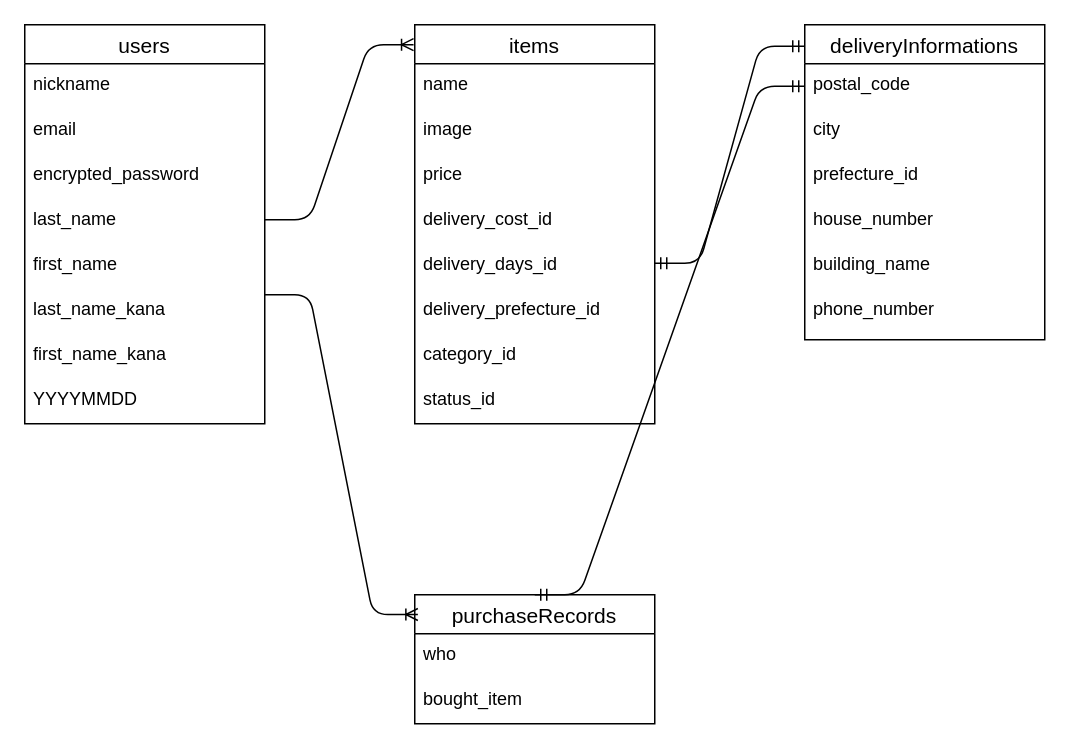
The draw.io diagram er.dio in Roohit2/furima-39013, before the edit. Source tidied: cells renumbered, new cells numbered last; positions are measured from the earlier drawing's top-left corner, leaving out a move shared by most shapes. Both pictures are drawn from the tidied source at 150%, with x=0, y=0 at pixel (24, 24).
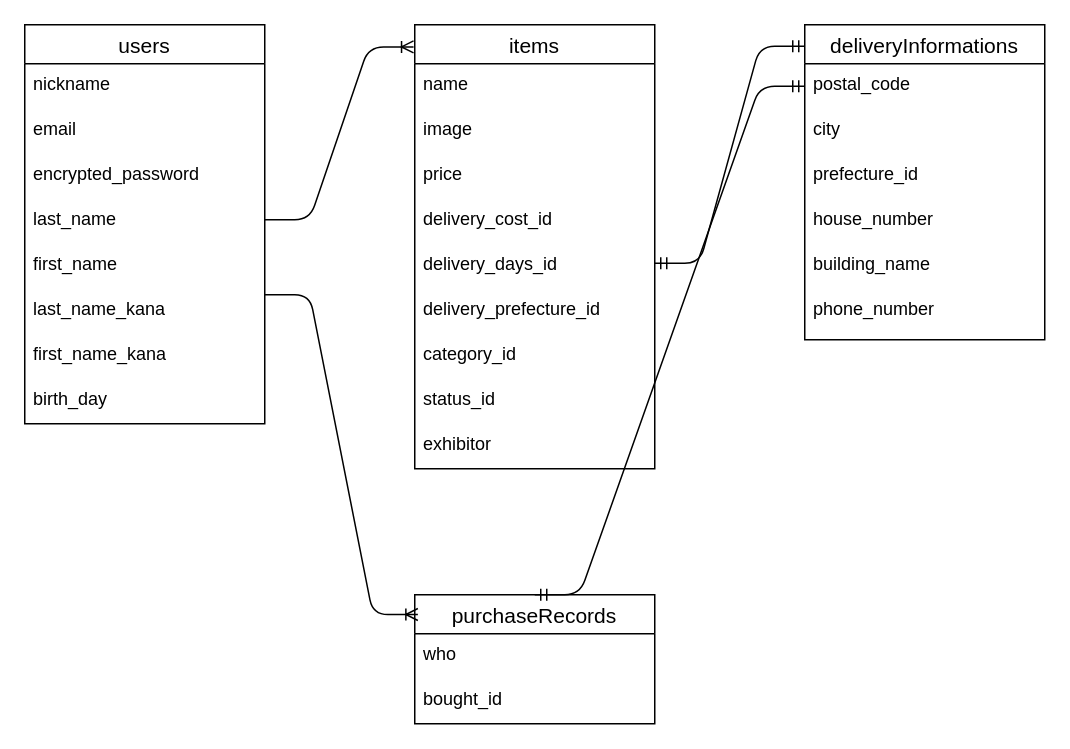
The same diagram, later.

The change refers to these unchanged cells:
```xml
<mxCell id="2" value="users" style="swimlane;fontStyle=0;horizontal=1;startSize=26;align=center;fontSize=14;" parent="1" vertex="1">
  <mxGeometry width="160" height="266" as="geometry" />
</mxCell>
<mxCell id="20" value="purchaseRecords" style="swimlane;fontStyle=0;horizontal=1;startSize=26;align=center;fontSize=14;" parent="1" vertex="1">
  <mxGeometry x="260" y="380" width="160" height="86" as="geometry" />
</mxCell>
```

Diff of the diagram source:
```diff
@@
-    <mxCell id="10" value="YYYYMMDD" style="text;strokeColor=none;fillColor=none;spacingLeft=4;spacingRight=4;overflow=hidden;fontSize=12;" parent="2" vertex="1">
+    <mxCell id="10" value="birth_day" style="text;strokeColor=none;fillColor=none;spacingLeft=4;spacingRight=4;overflow=hidden;fontSize=12;" parent="2" vertex="1">
       <mxGeometry y="236" width="160" height="30" as="geometry" />
     </mxCell>
     <mxCell id="11" value="items" style="swimlane;fontStyle=0;horizontal=1;startSize=26;align=center;fontSize=14;" parent="1" vertex="1">
-      <mxGeometry x="260" width="160" height="266" as="geometry" />
+      <mxGeometry x="260" width="160" height="296" as="geometry" />
     </mxCell>
@@
+    <mxCell id="34" value="exhibitor" style="text;strokeColor=none;fillColor=none;spacingLeft=4;spacingRight=4;overflow=hidden;fontSize=12;" parent="11" vertex="1">
+      <mxGeometry y="266" width="160" height="30" as="geometry" />
+    </mxCell>
@@
-    <mxCell id="22" value="bought_item" style="text;strokeColor=none;fillColor=none;spacingLeft=4;spacingRight=4;overflow=hidden;fontSize=12;" parent="20" vertex="1">
+    <mxCell id="22" value="bought_id" style="text;strokeColor=none;fillColor=none;spacingLeft=4;spacingRight=4;overflow=hidden;fontSize=12;" parent="20" vertex="1">
       <mxGeometry y="56" width="160" height="30" as="geometry" />
     </mxCell>
```
